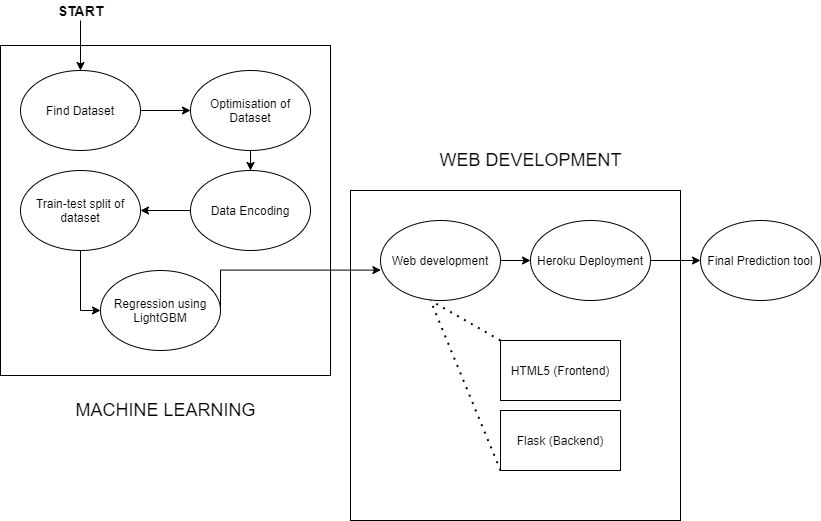
Earlier version of the draw.io export Arch.png (Arjun-Gopinath/Price-Foreteller-for-Preowned-Cars). Source tidied: cells renumbered, new cells last; positions are measured from the earlier drawing's top-left corner, leaving out a move shared by most shapes.
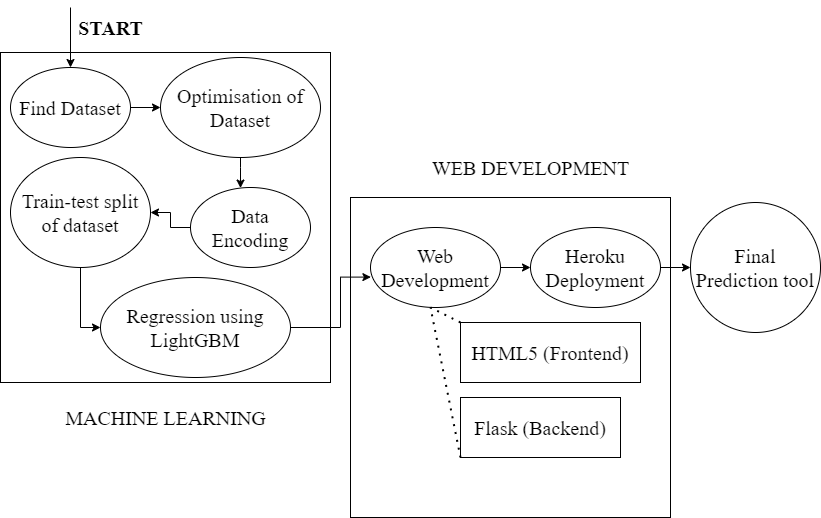
Later version of the same file.

Commit message:
Update Reamde and Architecture files

Change to the diagram source:
```diff
@@ -6,76 +6,82 @@
       <mxGeometry y="45" width="330" height="330" as="geometry" />
     </mxCell>
     <mxCell id="3" style="whiteSpace=wrap;html=1;" parent="1" vertex="1">
-      <mxGeometry x="350" y="190" width="330" height="330" as="geometry" />
+      <mxGeometry x="350" y="190" width="320" height="320" as="geometry" />
     </mxCell>
     <mxCell id="4" style="edgeStyle=orthogonalEdgeStyle;rounded=0;jettySize=auto;html=1;" parent="1" edge="1" source="5" target="7">
       <mxGeometry relative="1" as="geometry" />
     </mxCell>
-    <mxCell id="5" value="Find Dataset" style="ellipse;whiteSpace=wrap;html=1;" parent="1" vertex="1">
-      <mxGeometry x="20" y="70" width="120" height="80" as="geometry" />
+    <mxCell id="5" value="&lt;font style=&quot;font-size: 20px&quot; face=&quot;Times New Roman&quot;&gt;Find Dataset&lt;/font&gt;" style="ellipse;whiteSpace=wrap;html=1;" parent="1" vertex="1">
+      <mxGeometry x="10" y="60" width="120" height="80" as="geometry" />
     </mxCell>
     <mxCell id="6" style="edgeStyle=orthogonalEdgeStyle;rounded=0;jettySize=auto;html=1;" parent="1" edge="1" source="7" target="9">
-      <mxGeometry relative="1" as="geometry" />
+      <mxGeometry relative="1" as="geometry">
+        <Array as="points">
+          <mxPoint x="240" y="160" />
+          <mxPoint x="240" y="160" />
+        </Array>
+      </mxGeometry>
     </mxCell>
-    <mxCell id="7" value="Optimisation of Dataset&lt;span style=&quot;color: rgba(0 , 0 , 0 , 0) ; font-family: monospace ; font-size: 0px&quot;&gt;%3CmxGraphModel%3E%3Croot%3E%3CmxCell%20id%3D%220%22%2F%3E%3CmxCell%20id%3D%221%22%20parent%3D%220%22%2F%3E%3CmxCell%20id%3D%222%22%20value%3D%22Find%20Dataset%22%20style%3D%22ellipse%3BwhiteSpace%3Dwrap%3Bhtml%3D1%3B%22%20vertex%3D%221%22%20parent%3D%221%22%3E%3CmxGeometry%20x%3D%22125%22%20y%3D%2280%22%20width%3D%22120%22%20height%3D%2280%22%20as%3D%22geometry%22%2F%3E%3C%2FmxCell%3E%3C%2Froot%3E%3C%2FmxGraphModel%3E&lt;/span&gt;" style="ellipse;whiteSpace=wrap;html=1;" parent="1" vertex="1">
-      <mxGeometry x="190" y="70" width="120" height="80" as="geometry" />
+    <mxCell id="7" value="&lt;font style=&quot;font-size: 20px&quot; face=&quot;Times New Roman&quot;&gt;Optimisation of Dataset&lt;/font&gt;" style="ellipse;whiteSpace=wrap;html=1;align=center;" parent="1" vertex="1">
+      <mxGeometry x="160" y="50" width="160" height="100" as="geometry" />
     </mxCell>
     <mxCell id="8" style="edgeStyle=orthogonalEdgeStyle;rounded=0;jettySize=auto;html=1;entryX=1;entryY=0.5;entryDx=0;entryDy=0;" parent="1" edge="1" source="9" target="11">
       <mxGeometry relative="1" as="geometry" />
     </mxCell>
-    <mxCell id="9" value="Data Encoding" style="ellipse;whiteSpace=wrap;html=1;" parent="1" vertex="1">
-      <mxGeometry x="190" y="170" width="120" height="80" as="geometry" />
+    <mxCell id="9" value="&lt;font face=&quot;Times New Roman&quot; style=&quot;font-size: 20px&quot;&gt;Data Encoding&lt;/font&gt;" style="ellipse;whiteSpace=wrap;html=1;" parent="1" vertex="1">
+      <mxGeometry x="190" y="180" width="120" height="80" as="geometry" />
     </mxCell>
     <mxCell id="10" style="edgeStyle=orthogonalEdgeStyle;rounded=0;jettySize=auto;html=1;entryX=0;entryY=0.5;entryDx=0;entryDy=0;" parent="1" edge="1" source="11" target="13">
       <mxGeometry relative="1" as="geometry" />
     </mxCell>
-    <mxCell id="11" value="Train-test split of dataset" style="ellipse;whiteSpace=wrap;html=1;" parent="1" vertex="1">
-      <mxGeometry x="20" y="170" width="120" height="80" as="geometry" />
+    <mxCell id="11" value="&lt;font face=&quot;Times New Roman&quot; style=&quot;font-size: 20px&quot;&gt;Train-test split of dataset&lt;/font&gt;" style="ellipse;whiteSpace=wrap;html=1;" parent="1" vertex="1">
+      <mxGeometry x="10" y="150" width="140" height="110" as="geometry" />
     </mxCell>
     <mxCell id="12" style="edgeStyle=orthogonalEdgeStyle;rounded=0;jettySize=auto;html=1;exitX=1;exitY=0.5;exitDx=0;exitDy=0;entryX=0.003;entryY=0.62;entryDx=0;entryDy=0;entryPerimeter=0;" parent="1" edge="1" source="13" target="15">
       <mxGeometry relative="1" as="geometry">
         <Array as="points">
-          <mxPoint x="220" y="270" />
+          <mxPoint x="340" y="320" />
+          <mxPoint x="340" y="270" />
         </Array>
       </mxGeometry>
     </mxCell>
-    <mxCell id="13" value="Regression using LightGBM" style="ellipse;whiteSpace=wrap;html=1;" parent="1" vertex="1">
-      <mxGeometry x="100" y="270" width="120" height="80" as="geometry" />
+    <mxCell id="13" value="&lt;font style=&quot;font-size: 20px&quot; face=&quot;Times New Roman&quot;&gt;Regression using LightGBM&lt;/font&gt;" style="ellipse;whiteSpace=wrap;html=1;" parent="1" vertex="1">
+      <mxGeometry x="100" y="270" width="190" height="100" as="geometry" />
     </mxCell>
     <mxCell id="14" style="edgeStyle=orthogonalEdgeStyle;rounded=0;jettySize=auto;html=1;" parent="1" edge="1" source="15" target="21">
       <mxGeometry relative="1" as="geometry" />
     </mxCell>
-    <mxCell id="15" value="Web development" style="ellipse;whiteSpace=wrap;html=1;" parent="1" vertex="1">
-      <mxGeometry x="380" y="220" width="120" height="80" as="geometry" />
+    <mxCell id="15" value="&lt;font face=&quot;Times New Roman&quot; style=&quot;font-size: 20px&quot;&gt;Web Development&lt;/font&gt;" style="ellipse;whiteSpace=wrap;html=1;" parent="1" vertex="1">
+      <mxGeometry x="370" y="220" width="130" height="80" as="geometry" />
     </mxCell>
-    <mxCell id="16" value="&lt;font style=&quot;font-size: 18px&quot;&gt;MACHINE LEARNING&lt;br&gt;&lt;/font&gt;" style="text;html=1;align=center;verticalAlign=middle;" parent="1" vertex="1">
-      <mxGeometry x="65" y="400" width="200" height="20" as="geometry" />
+    <mxCell id="16" value="&lt;font&gt;&lt;font face=&quot;Times New Roman&quot; style=&quot;font-size: 20px&quot;&gt;MACHINE LEARNING&lt;/font&gt;&lt;br&gt;&lt;/font&gt;" style="text;html=1;align=center;verticalAlign=middle;" parent="1" vertex="1">
+      <mxGeometry x="55" y="400" width="220" height="20" as="geometry" />
     </mxCell>
-    <mxCell id="17" value="&lt;font style=&quot;font-size: 18px&quot;&gt;WEB DEVELOPMENT&lt;/font&gt;" style="text;html=1;align=center;verticalAlign=middle;" parent="1" vertex="1">
-      <mxGeometry x="430" y="150" width="200" height="20" as="geometry" />
+    <mxCell id="17" value="&lt;font style=&quot;font-size: 20px&quot; face=&quot;Times New Roman&quot;&gt;WEB DEVELOPMENT&lt;/font&gt;" style="text;html=1;align=center;verticalAlign=middle;" parent="1" vertex="1">
+      <mxGeometry x="425" y="150" width="210" height="20" as="geometry" />
     </mxCell>
-    <mxCell id="18" value="HTML5 (Frontend)" style="rounded=0;whiteSpace=wrap;html=1;" parent="1" vertex="1">
-      <mxGeometry x="500" y="340" width="120" height="60" as="geometry" />
+    <mxCell id="18" value="&lt;font face=&quot;Times New Roman&quot; style=&quot;font-size: 20px&quot;&gt;HTML5 (Frontend)&lt;/font&gt;" style="rounded=0;whiteSpace=wrap;html=1;" parent="1" vertex="1">
+      <mxGeometry x="460" y="315" width="180" height="60" as="geometry" />
     </mxCell>
-    <mxCell id="19" value="Flask (Backend)" style="rounded=0;whiteSpace=wrap;html=1;" parent="1" vertex="1">
-      <mxGeometry x="500" y="410" width="120" height="60" as="geometry" />
+    <mxCell id="19" value="&lt;font style=&quot;font-size: 20px&quot; face=&quot;Times New Roman&quot;&gt;Flask (Backend)&lt;/font&gt;" style="rounded=0;whiteSpace=wrap;html=1;" parent="1" vertex="1">
+      <mxGeometry x="460" y="390" width="160" height="60" as="geometry" />
     </mxCell>
     <mxCell id="20" style="edgeStyle=orthogonalEdgeStyle;rounded=0;jettySize=auto;html=1;" parent="1" edge="1" source="21" target="22">
       <mxGeometry relative="1" as="geometry" />
     </mxCell>
-    <mxCell id="21" value="Heroku Deployment" style="ellipse;whiteSpace=wrap;html=1;" parent="1" vertex="1">
-      <mxGeometry x="530" y="220" width="120" height="80" as="geometry" />
+    <mxCell id="21" value="&lt;font face=&quot;Times New Roman&quot; style=&quot;font-size: 20px&quot;&gt;Heroku Deployment&lt;/font&gt;" style="ellipse;whiteSpace=wrap;html=1;" parent="1" vertex="1">
+      <mxGeometry x="530" y="220" width="130" height="80" as="geometry" />
     </mxCell>
-    <mxCell id="22" value="Final Prediction tool" style="ellipse;whiteSpace=wrap;html=1;" parent="1" vertex="1">
-      <mxGeometry x="700" y="220" width="120" height="80" as="geometry" />
+    <mxCell id="22" value="&lt;font face=&quot;Times New Roman&quot; style=&quot;font-size: 20px&quot;&gt;Final Prediction tool&lt;/font&gt;" style="ellipse;whiteSpace=wrap;html=1;" parent="1" vertex="1">
+      <mxGeometry x="690" y="195" width="130" height="130" as="geometry" />
     </mxCell>
     <mxCell id="23" style="endArrow=classic;html=1;" parent="1" edge="1" target="5">
       <mxGeometry relative="1" as="geometry">
-        <mxPoint x="80" y="20" as="sourcePoint" />
+        <mxPoint x="70" as="sourcePoint" />
       </mxGeometry>
     </mxCell>
-    <mxCell id="24" value="&lt;b&gt;&lt;font style=&quot;font-size: 14px&quot;&gt;START&lt;/font&gt;&lt;/b&gt;" style="text;html=1;align=center;verticalAlign=middle;" parent="1" vertex="1">
-      <mxGeometry x="50" width="60" height="20" as="geometry" />
+    <mxCell id="24" value="&lt;b&gt;&lt;font style=&quot;font-size: 20px&quot; face=&quot;Times New Roman&quot;&gt;START&lt;/font&gt;&lt;/b&gt;" style="text;html=1;align=center;verticalAlign=middle;" parent="1" vertex="1">
+      <mxGeometry x="70" y="10" width="80" height="20" as="geometry" />
     </mxCell>
     <mxCell id="25" style="endArrow=none;dashed=1;html=1;dashPattern=1 3;strokeWidth=2;exitX=0;exitY=1;exitDx=0;exitDy=0;" parent="1" edge="1" source="19">
       <mxGeometry relative="1" as="geometry">
```
